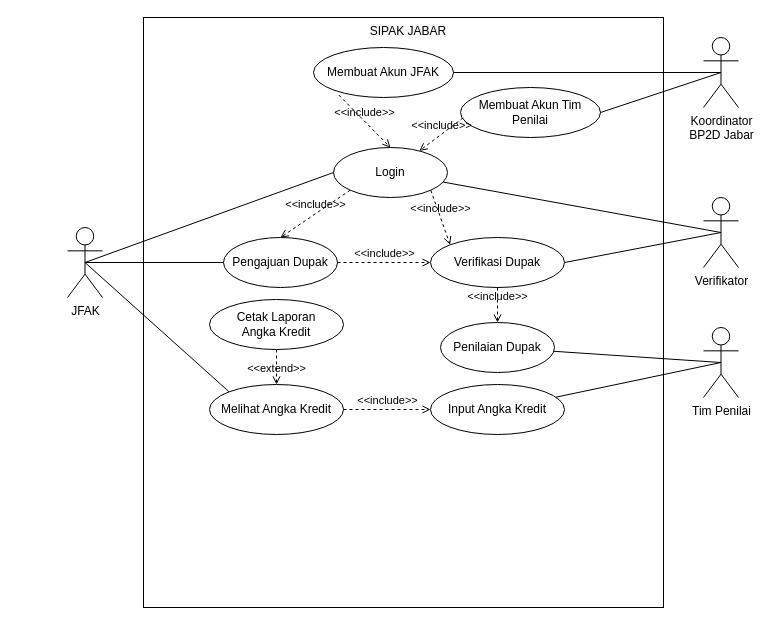
This is Analis/Diagram/Untitled Diagram.drawio from rafifauzi/SIPAK, a draw.io file, before an edit. Source tidied: cells renumbered, new cells numbered last; positions are measured from the earlier drawing's top-left corner, leaving out a move shared by most shapes. Both pictures are drawn from the tidied source at 100%, with x=0, y=0 at pixel (67, 17).
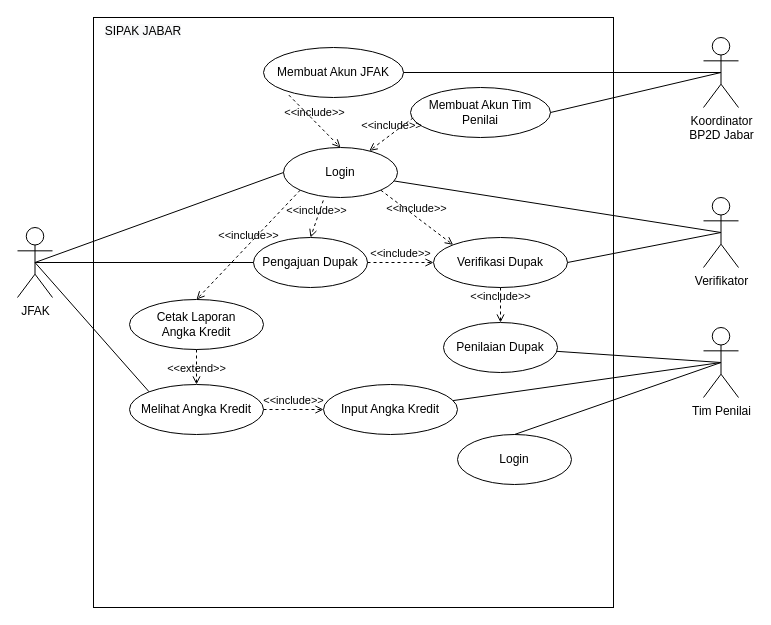
Above is the later version.

Unchanged cells that the change refers to:
```xml
<mxCell id="9" value="Login" style="ellipse;whiteSpace=wrap;html=1;" parent="2" vertex="1">
  <mxGeometry x="190" y="130" width="114" height="50" as="geometry" />
</mxCell>
<mxCell id="19" value="Tim Penilai" style="shape=umlActor;verticalLabelPosition=bottom;verticalAlign=top;html=1;outlineConnect=0;" parent="1" vertex="1">
  <mxGeometry x="636" y="310" width="35" height="70" as="geometry" />
</mxCell>
```

The edit, as a diff of the source:
```diff
@@
     <mxCell id="2" style="rounded=0;whiteSpace=wrap;html=1;" parent="1" vertex="1">
-      <mxGeometry x="76" width="520" height="590" as="geometry" />
+      <mxGeometry x="26" width="520" height="590" as="geometry" />
     </mxCell>
     <mxCell id="3" value="Pengajuan Dupak" style="ellipse;whiteSpace=wrap;html=1;" parent="2" vertex="1">
-      <mxGeometry x="80" y="220" width="114" height="50" as="geometry" />
+      <mxGeometry x="160" y="220" width="114" height="50" as="geometry" />
     </mxCell>
@@
     <mxCell id="5" value="Verifikasi Dupak" style="ellipse;whiteSpace=wrap;html=1;" parent="2" vertex="1">
-      <mxGeometry x="287" y="220" width="134" height="50" as="geometry" />
+      <mxGeometry x="340" y="220" width="134" height="50" as="geometry" />
     </mxCell>
@@
     <mxCell id="7" value="Penilaian Dupak" style="ellipse;whiteSpace=wrap;html=1;" parent="2" vertex="1">
-      <mxGeometry x="297" y="305" width="114" height="50" as="geometry" />
+      <mxGeometry x="350" y="305" width="114" height="50" as="geometry" />
     </mxCell>
@@
-    <mxCell id="11" value="&amp;lt;&amp;lt;include&amp;gt;&amp;gt;" style="html=1;verticalAlign=bottom;labelBackgroundColor=none;endArrow=open;endFill=0;dashed=1;rounded=0;entryX=0.5;entryY=0;entryDx=0;entryDy=0;exitX=0;exitY=1;exitDx=0;exitDy=0;" parent="2" edge="1" source="9" target="3">
+    <mxCell id="11" value="&amp;lt;&amp;lt;include&amp;gt;&amp;gt;" style="html=1;verticalAlign=bottom;labelBackgroundColor=none;endArrow=open;endFill=0;dashed=1;rounded=0;entryX=0.5;entryY=0;entryDx=0;entryDy=0;exitX=0.349;exitY=1.059;exitDx=0;exitDy=0;exitPerimeter=0;" parent="2" edge="1" source="9" target="3">
       <mxGeometry relative="1" as="geometry" />
     </mxCell>
@@
-    <mxCell id="13" value="Cetak Laporan&lt;br&gt;Angka Kredit" style="ellipse;whiteSpace=wrap;html=1;" parent="2" vertex="1">
-      <mxGeometry x="66" y="282" width="134" height="50" as="geometry" />
-    </mxCell>
     <mxCell id="14" value="Input Angka Kredit" style="ellipse;whiteSpace=wrap;html=1;" parent="2" vertex="1">
-      <mxGeometry x="287" y="367" width="134" height="50" as="geometry" />
+      <mxGeometry x="230" y="367" width="134" height="50" as="geometry" />
     </mxCell>
@@
+    <mxCell id="34" value="Login" style="ellipse;whiteSpace=wrap;html=1;" parent="2" vertex="1">
+      <mxGeometry x="364" y="417" width="114" height="50" as="geometry" />
+    </mxCell>
+    <mxCell id="35" value="&amp;lt;&amp;lt;include&amp;gt;&amp;gt;" style="html=1;verticalAlign=bottom;labelBackgroundColor=none;endArrow=open;endFill=0;dashed=1;rounded=0;entryX=0.5;entryY=0;entryDx=0;entryDy=0;exitX=0;exitY=1;exitDx=0;exitDy=0;" parent="2" edge="1" source="9" target="13">
+      <mxGeometry relative="1" as="geometry" />
+    </mxCell>
+    <mxCell id="13" value="Cetak Laporan&lt;br&gt;Angka Kredit" style="ellipse;whiteSpace=wrap;html=1;" parent="2" vertex="1">
+      <mxGeometry x="36" y="282" width="134" height="50" as="geometry" />
+    </mxCell>
+    <mxCell id="26" value="Melihat Angka Kredit" style="ellipse;whiteSpace=wrap;html=1;" parent="2" vertex="1">
+      <mxGeometry x="36" y="367" width="134" height="50" as="geometry" />
+    </mxCell>
+    <mxCell id="30" value="&amp;lt;&amp;lt;extend&amp;gt;&amp;gt;" style="html=1;verticalAlign=bottom;labelBackgroundColor=none;endArrow=open;endFill=0;dashed=1;rounded=0;" parent="2" edge="1" source="13" target="26">
+      <mxGeometry x="0.6" relative="1" as="geometry" />
+    </mxCell>
+    <mxCell id="31" value="&amp;lt;&amp;lt;include&amp;gt;&amp;gt;" style="html=1;verticalAlign=bottom;labelBackgroundColor=none;endArrow=open;endFill=0;dashed=1;rounded=0;entryX=0;entryY=0.5;entryDx=0;entryDy=0;" parent="2" edge="1" source="26" target="14">
+      <mxGeometry relative="1" as="geometry" />
+    </mxCell>
-    <mxCell id="17" value="&lt;span style=&quot;color: rgb(0 , 0 , 0) ; font-family: &amp;#34;helvetica&amp;#34; ; font-size: 12px ; font-style: normal ; font-weight: 400 ; letter-spacing: normal ; text-indent: 0px ; text-transform: none ; word-spacing: 0px ; background-color: rgb(248 , 249 , 250) ; display: inline ; float: none&quot;&gt;SIPAK JABAR&lt;/span&gt;" style="text;whiteSpace=wrap;html=1;align=center;" parent="1" vertex="1">
-      <mxGeometry x="291" width="100" height="30" as="geometry" />
+    <mxCell id="17" value="&lt;span style=&quot;color: rgb(0 , 0 , 0) ; font-family: &amp;#34;helvetica&amp;#34; ; font-size: 12px ; font-style: normal ; font-weight: 400 ; letter-spacing: normal ; text-indent: 0px ; text-transform: none ; word-spacing: 0px ; background-color: rgb(248 , 249 , 250) ; display: inline ; float: none&quot;&gt;SIPAK JABAR&lt;/span&gt;" style="text;whiteSpace=wrap;html=1;align=center;" parent="2" vertex="1">
+      <mxGeometry width="100" height="30" as="geometry" />
     </mxCell>
     <mxCell id="18" value="JFAK" style="shape=umlActor;verticalLabelPosition=bottom;verticalAlign=top;html=1;outlineConnect=0;" parent="1" vertex="1">
-      <mxGeometry y="210" width="35" height="70" as="geometry" />
+      <mxGeometry x="-50" y="210" width="35" height="70" as="geometry" />
     </mxCell>
@@
-    <mxCell id="26" value="Melihat Angka Kredit" style="ellipse;whiteSpace=wrap;html=1;" parent="1" vertex="1">
-      <mxGeometry x="142" y="367" width="134" height="50" as="geometry" />
-    </mxCell>
@@
-    <mxCell id="30" value="&amp;lt;&amp;lt;extend&amp;gt;&amp;gt;" style="html=1;verticalAlign=bottom;labelBackgroundColor=none;endArrow=open;endFill=0;dashed=1;rounded=0;" parent="1" edge="1" source="13" target="26">
-      <mxGeometry x="0.6" relative="1" as="geometry" />
-    </mxCell>
-    <mxCell id="31" value="&amp;lt;&amp;lt;include&amp;gt;&amp;gt;" style="html=1;verticalAlign=bottom;labelBackgroundColor=none;endArrow=open;endFill=0;dashed=1;rounded=0;entryX=0;entryY=0.5;entryDx=0;entryDy=0;" parent="1" edge="1" source="26" target="14">
-      <mxGeometry relative="1" as="geometry" />
-    </mxCell>
@@
+    <mxCell id="36" style="endArrow=none;html=1;rounded=0;exitX=0.5;exitY=0.5;exitDx=0;exitDy=0;exitPerimeter=0;entryX=0.5;entryY=0;entryDx=0;entryDy=0;" parent="1" edge="1" source="19" target="34">
+      <mxGeometry relative="1" as="geometry" />
+    </mxCell>
```
